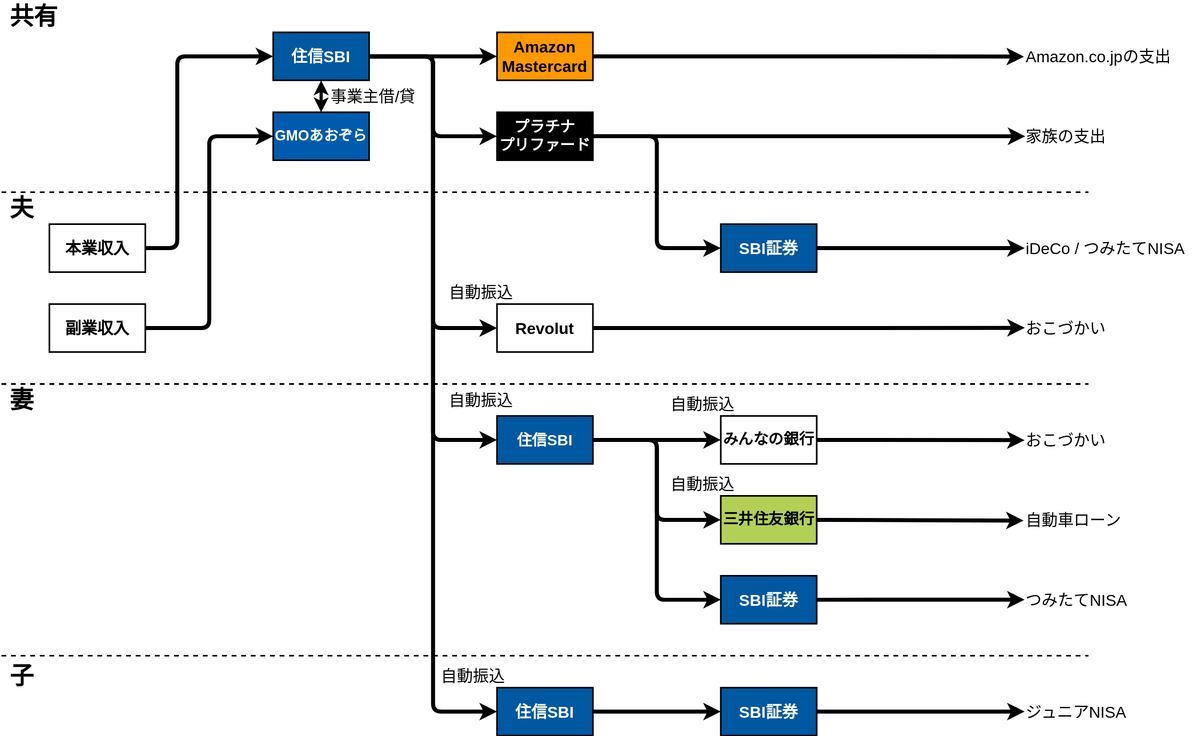
The draw.io diagram 202307.drawio.svg in pranc1ngpegasus/moneyflow, before a commit. Source tidied: cells renumbered, new cells last; positions are measured from the earlier drawing's top-left corner, leaving out a move shared by most shapes.
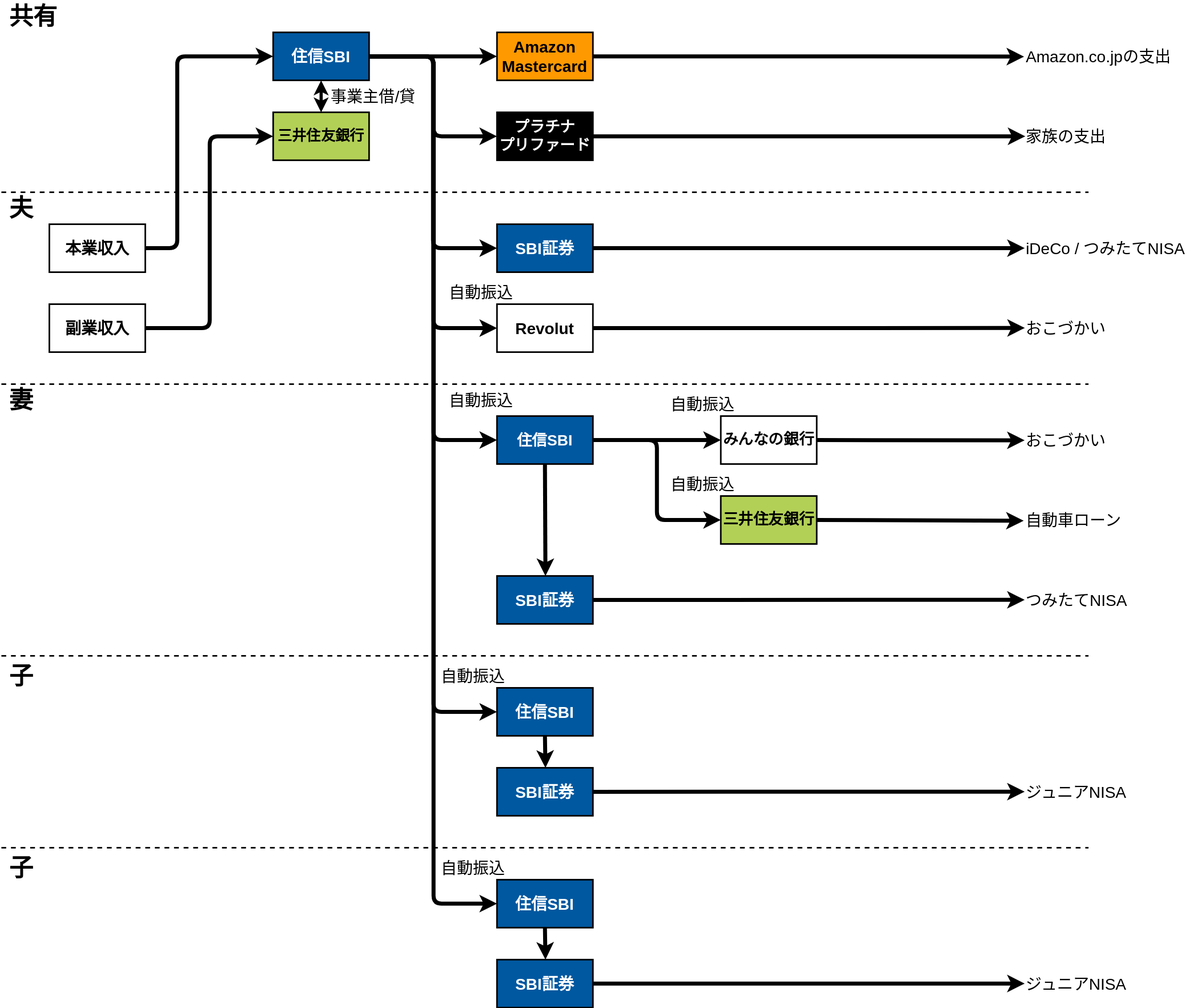
The same diagram one commit later.

Commit message:
202307.drawio.svg を更新します

What changed in the source:
```diff
@@ -67,12 +67,12 @@
       <mxGeometry relative="1" as="geometry" />
     </mxCell>
     <mxCell id="21" value="&lt;div&gt;SBI証券&lt;/div&gt;" style="rounded=0;whiteSpace=wrap;html=1;fontSize=20;fontStyle=1;fontColor=#FFFFFF;strokeWidth=2;fillColor=#0058A0;" parent="1" vertex="1">
-      <mxGeometry x="900" y="280" width="120" height="60" as="geometry" />
+      <mxGeometry x="620" y="280" width="120" height="60" as="geometry" />
     </mxCell>
-    <mxCell id="22" style="edgeStyle=elbowEdgeStyle;endArrow=classic;html=1;fontSize=20;strokeWidth=5;exitX=1;exitY=0.5;exitDx=0;exitDy=0;entryX=0;entryY=0.5;entryDx=0;entryDy=0;" parent="1" edge="1" source="8" target="21">
+    <mxCell id="22" style="edgeStyle=elbowEdgeStyle;endArrow=classic;html=1;fontSize=20;strokeWidth=5;exitX=1;exitY=0.5;exitDx=0;exitDy=0;entryX=0;entryY=0.5;entryDx=0;entryDy=0;" parent="1" edge="1" source="18" target="21">
       <mxGeometry relative="1" as="geometry">
         <Array as="points">
-          <mxPoint x="820" y="230" />
+          <mxPoint x="540" y="200" />
         </Array>
       </mxGeometry>
     </mxCell>
@@ -107,9 +107,9 @@
       <mxGeometry x="1280" y="395" width="120" height="30" as="geometry" />
     </mxCell>
     <mxCell id="32" value="&lt;div&gt;SBI証券&lt;/div&gt;" style="rounded=0;whiteSpace=wrap;html=1;fontSize=20;fontStyle=1;fontColor=#FFFFFF;strokeWidth=2;fillColor=#0058A0;" parent="1" vertex="1">
-      <mxGeometry x="900" y="720" width="120" height="60" as="geometry" />
+      <mxGeometry x="620" y="720" width="120" height="60" as="geometry" />
     </mxCell>
-    <mxCell id="33" style="edgeStyle=elbowEdgeStyle;endArrow=classic;html=1;fontSize=20;strokeWidth=5;exitX=1;exitY=0.5;exitDx=0;exitDy=0;entryX=0;entryY=0.5;entryDx=0;entryDy=0;" parent="1" edge="1" source="29" target="32">
+    <mxCell id="33" style="edgeStyle=elbowEdgeStyle;endArrow=classic;html=1;fontSize=20;strokeWidth=5;exitX=0.5;exitY=1;exitDx=0;exitDy=0;entryX=0.5;entryY=0;entryDx=0;entryDy=0;" parent="1" edge="1" source="29" target="32">
       <mxGeometry relative="1" as="geometry" />
     </mxCell>
     <mxCell id="34" style="rounded=1;jettySize=auto;html=1;fontColor=#231f20;strokeWidth=5;entryX=0.001;entryY=0.497;entryDx=0;entryDy=0;entryPerimeter=0;exitX=1;exitY=0.5;exitDx=0;exitDy=0;" parent="1" edge="1" source="32" target="35">
@@ -137,7 +137,7 @@
       <mxGeometry x="540" y="830" width="100" height="30" as="geometry" />
     </mxCell>
     <mxCell id="41" value="&lt;div&gt;SBI証券&lt;/div&gt;" style="rounded=0;whiteSpace=wrap;html=1;fontSize=20;fontStyle=1;fontColor=#FFFFFF;strokeWidth=2;fillColor=#0058A0;" parent="1" vertex="1">
-      <mxGeometry x="900" y="860" width="120" height="60" as="geometry" />
+      <mxGeometry x="620" y="960" width="120" height="60" as="geometry" />
     </mxCell>
     <mxCell id="42" style="rounded=1;jettySize=auto;html=1;exitX=1;exitY=0.5;exitDx=0;exitDy=0;entryX=0;entryY=0.5;entryDx=0;entryDy=0;strokeWidth=5;fontColor=#FFFFFF;" parent="1" edge="1" source="29" target="19">
       <mxGeometry relative="1" as="geometry" />
@@ -148,14 +148,14 @@
     <mxCell id="44" style="edgeStyle=elbowEdgeStyle;rounded=1;jettySize=auto;html=1;exitX=1;exitY=0.5;exitDx=0;exitDy=0;fontColor=#FFFFFF;strokeWidth=5;entryX=0;entryY=0.5;entryDx=0;entryDy=0;" parent="1" edge="1" source="18" target="48">
       <mxGeometry relative="1" as="geometry" />
     </mxCell>
-    <mxCell id="45" style="edgeStyle=elbowEdgeStyle;rounded=1;jettySize=auto;html=1;exitX=1;exitY=0.5;exitDx=0;exitDy=0;entryX=0;entryY=0.5;entryDx=0;entryDy=0;fontColor=#FFFFFF;strokeWidth=5;" parent="1" edge="1" source="48" target="41">
+    <mxCell id="45" style="edgeStyle=elbowEdgeStyle;rounded=1;jettySize=auto;html=1;exitX=0.5;exitY=1;exitDx=0;exitDy=0;entryX=0.5;entryY=0;entryDx=0;entryDy=0;fontColor=#FFFFFF;strokeWidth=5;" parent="1" edge="1" source="48" target="41">
       <mxGeometry relative="1" as="geometry" />
     </mxCell>
     <mxCell id="46" style="rounded=1;jettySize=auto;html=1;fontColor=#231f20;strokeWidth=5;entryX=0.001;entryY=0.497;entryDx=0;entryDy=0;entryPerimeter=0;exitX=1;exitY=0.5;exitDx=0;exitDy=0;" parent="1" edge="1" source="41" target="47">
       <mxGeometry relative="1" as="geometry" />
     </mxCell>
     <mxCell id="47" value="&lt;span style=&quot;text-align: center&quot;&gt;ジュニアNISA&lt;/span&gt;" style="text;html=1;align=left;verticalAlign=middle;points=[];fillColor=none;strokeColor=none;rounded=0;fontSize=20;strokeWidth=5;" parent="1" vertex="1">
-      <mxGeometry x="1280" y="870" width="150" height="40" as="geometry" />
+      <mxGeometry x="1280" y="970" width="150" height="40" as="geometry" />
     </mxCell>
     <mxCell id="48" value="住信SBI" style="rounded=0;whiteSpace=wrap;html=1;fontSize=20;fontStyle=1;fillColor=#0058A0;strokeWidth=2;fontColor=#FFFFFF;" parent="1" vertex="1">
       <mxGeometry x="620" y="860" width="120" height="60" as="geometry" />
@@ -163,7 +163,7 @@
     <mxCell id="49" value="自動振込" style="text;html=1;align=center;verticalAlign=middle;fillColor=none;strokeColor=none;rounded=0;fontSize=20;strokeWidth=5;" parent="1" vertex="1">
       <mxGeometry x="827" y="490" width="100" height="30" as="geometry" />
     </mxCell>
-    <mxCell id="50" value="GMOあおぞら" style="rounded=0;whiteSpace=wrap;html=1;fontSize=18;fontStyle=1;fillColor=#005bac;fontColor=#FFFFFF;strokeWidth=2;" parent="1" vertex="1">
+    <mxCell id="50" value="三井住友銀行" style="rounded=0;whiteSpace=wrap;html=1;fontSize=18;fontStyle=1;fillColor=#B3D056;fontColor=#000000;strokeWidth=2;" parent="1" vertex="1">
       <mxGeometry x="340" y="140" width="120" height="60" as="geometry" />
     </mxCell>
     <mxCell id="51" style="endArrow=classic;startArrow=classic;html=1;rounded=0;exitX=0.5;exitY=0;exitDx=0;exitDy=0;entryX=0.5;entryY=1;entryDx=0;entryDy=0;strokeWidth=4;" parent="1" edge="1" source="50" target="18">
@@ -187,5 +187,35 @@
     <mxCell id="57" style="elbow=horizontal;endArrow=classic;html=1;fontSize=20;strokeWidth=5;endSize=6;exitX=1;exitY=0.5;exitDx=0;exitDy=0;entryX=-0.008;entryY=0.523;entryDx=0;entryDy=0;entryPerimeter=0;" parent="1" edge="1" source="54" target="56">
       <mxGeometry relative="1" as="geometry" />
     </mxCell>
+    <mxCell id="58" style="endArrow=none;dashed=1;html=1;strokeWidth=2;shadow=0;" parent="1" edge="1">
+      <mxGeometry relative="1" as="geometry">
+        <mxPoint y="1060" as="sourcePoint" />
+        <mxPoint x="1360" y="1060" as="targetPoint" />
+      </mxGeometry>
+    </mxCell>
+    <mxCell id="59" value="子" style="text;html=1;align=center;verticalAlign=middle;fillColor=none;strokeColor=none;rounded=0;fontSize=30;fontStyle=1;strokeWidth=5;" parent="1" vertex="1">
+      <mxGeometry y="1060" width="50" height="50" as="geometry" />
+    </mxCell>
+    <mxCell id="60" value="自動振込" style="text;html=1;align=center;verticalAlign=middle;fillColor=none;strokeColor=none;rounded=0;fontSize=20;strokeWidth=5;" parent="1" vertex="1">
+      <mxGeometry x="540" y="1070" width="100" height="30" as="geometry" />
+    </mxCell>
+    <mxCell id="61" value="&lt;div&gt;SBI証券&lt;/div&gt;" style="rounded=0;whiteSpace=wrap;html=1;fontSize=20;fontStyle=1;fontColor=#FFFFFF;strokeWidth=2;fillColor=#0058A0;" parent="1" vertex="1">
+      <mxGeometry x="620" y="1200" width="120" height="60" as="geometry" />
+    </mxCell>
+    <mxCell id="62" style="edgeStyle=elbowEdgeStyle;rounded=1;jettySize=auto;html=1;exitX=0.5;exitY=1;exitDx=0;exitDy=0;entryX=0.5;entryY=0;entryDx=0;entryDy=0;fontColor=#FFFFFF;strokeWidth=5;" parent="1" edge="1" source="65" target="61">
+      <mxGeometry relative="1" as="geometry" />
+    </mxCell>
+    <mxCell id="63" style="rounded=1;jettySize=auto;html=1;fontColor=#231f20;strokeWidth=5;entryX=0.001;entryY=0.497;entryDx=0;entryDy=0;entryPerimeter=0;exitX=1;exitY=0.5;exitDx=0;exitDy=0;" parent="1" edge="1" source="61" target="64">
+      <mxGeometry relative="1" as="geometry" />
+    </mxCell>
+    <mxCell id="64" value="&lt;span style=&quot;text-align: center&quot;&gt;ジュニアNISA&lt;/span&gt;" style="text;html=1;align=left;verticalAlign=middle;points=[];fillColor=none;strokeColor=none;rounded=0;fontSize=20;strokeWidth=5;" parent="1" vertex="1">
+      <mxGeometry x="1280" y="1210" width="150" height="40" as="geometry" />
+    </mxCell>
+    <mxCell id="65" value="住信SBI" style="rounded=0;whiteSpace=wrap;html=1;fontSize=20;fontStyle=1;fillColor=#0058A0;strokeWidth=2;fontColor=#FFFFFF;" parent="1" vertex="1">
+      <mxGeometry x="620" y="1100" width="120" height="60" as="geometry" />
+    </mxCell>
+    <mxCell id="66" style="edgeStyle=elbowEdgeStyle;rounded=1;jettySize=auto;html=1;fontColor=#FFFFFF;strokeWidth=5;entryX=0;entryY=0.5;entryDx=0;entryDy=0;exitX=1;exitY=0.5;exitDx=0;exitDy=0;" parent="1" edge="1" source="18" target="65">
+      <mxGeometry relative="1" as="geometry" />
+    </mxCell>
   </root>
 </mxGraphModel>
```
